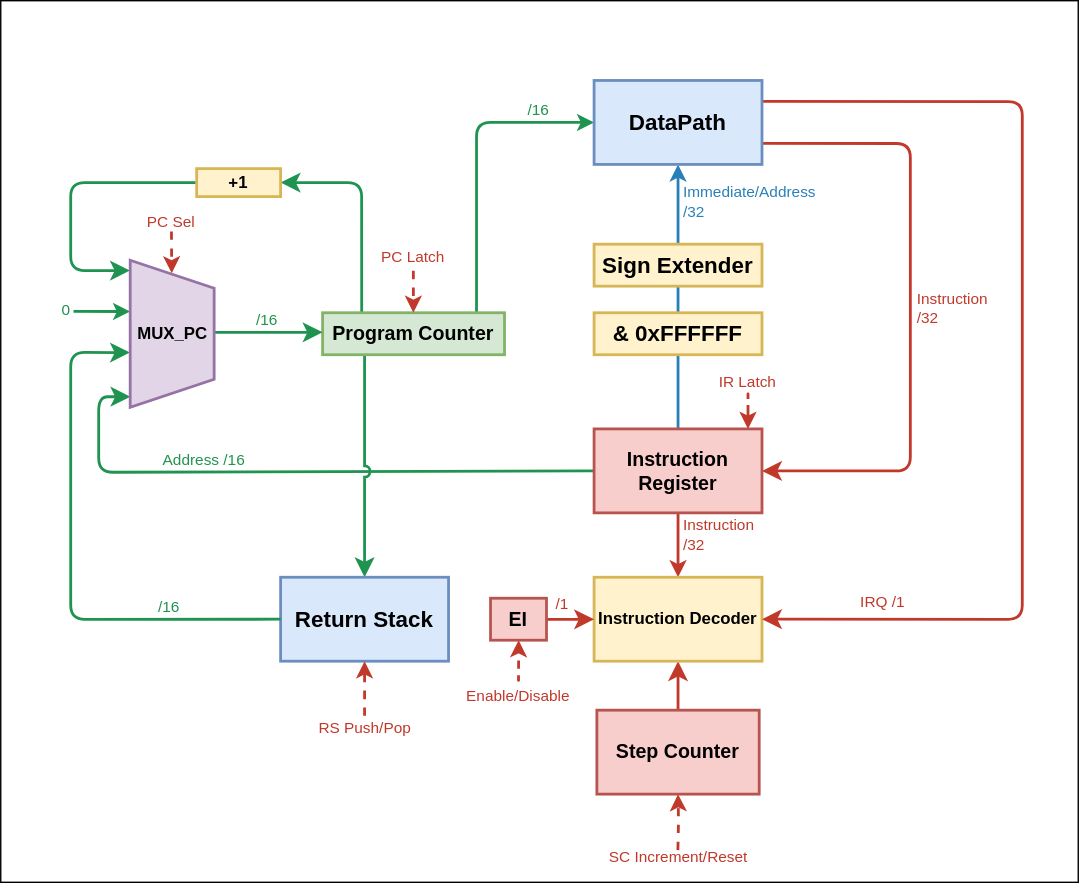
s4dnex/csa-lab4 keeps this draw.io diagram as img/controlunit.svg. Above is the earlier version. Source tidied: cells renumbered, new cells last; positions are measured from the earlier drawing's top-left corner, leaving out a move shared by most shapes.
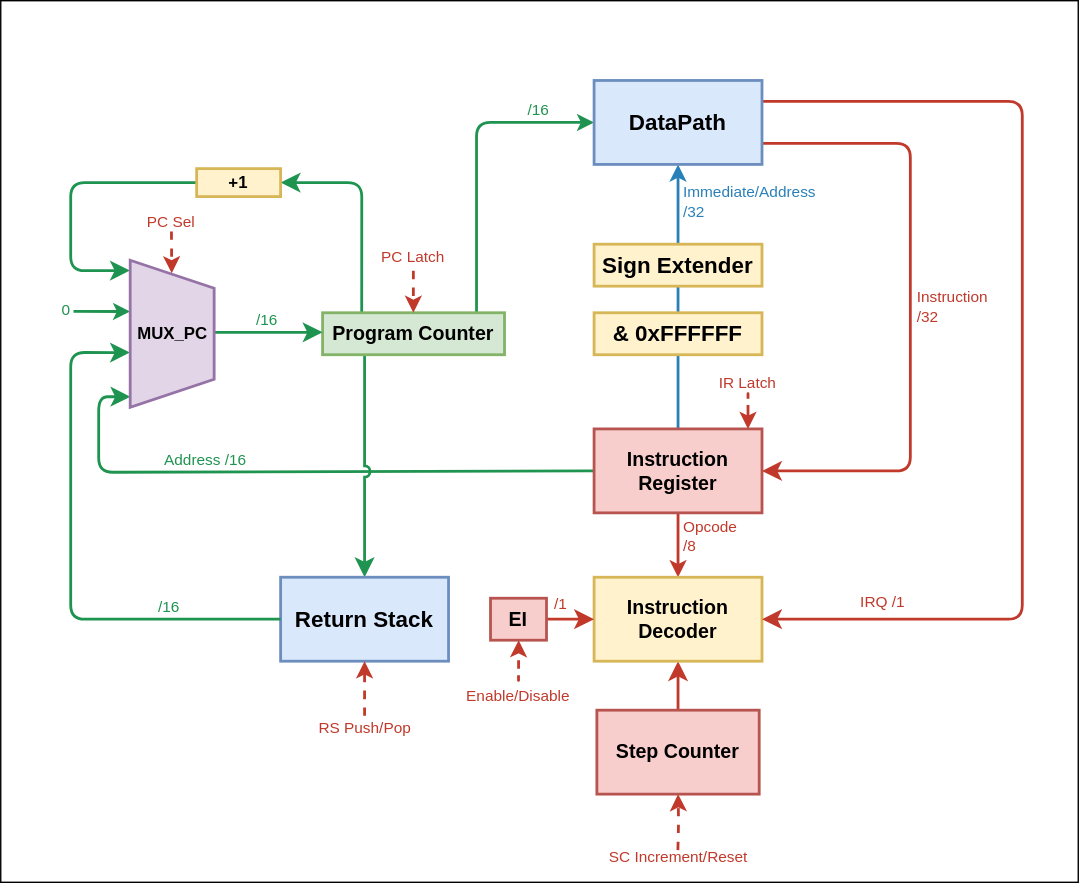
After the change.

The edit, as a diff of the source:
```diff
@@ -13,7 +13,7 @@
         </Array>
       </mxGeometry>
     </mxCell>
-    <mxCell id="4" value="Instruction&lt;br&gt;/32" style="edgeStyle=orthogonalEdgeStyle;rounded=1;jettySize=auto;html=1;entryX=0.5;entryY=0;entryDx=0;entryDy=0;strokeColor=#c0392b;strokeWidth=2;align=left;verticalAlign=middle;spacingLeft=0;spacingTop=0;spacing=4;fontFamily=Helvetica;fontSize=11;fontColor=#C0392B;labelBorderColor=none;labelBackgroundColor=none;jumpStyle=arc;endArrow=classic;labelPosition=right;verticalLabelPosition=middle;" parent="1" edge="1" source="6" target="13">
+    <mxCell id="4" value="Opcode&lt;br&gt;/8" style="edgeStyle=orthogonalEdgeStyle;rounded=1;jettySize=auto;html=1;entryX=0.5;entryY=0;entryDx=0;entryDy=0;strokeColor=#c0392b;strokeWidth=2;align=left;verticalAlign=middle;spacingLeft=0;spacingTop=0;spacing=4;fontFamily=Helvetica;fontSize=11;fontColor=#C0392B;labelBorderColor=none;labelBackgroundColor=none;jumpStyle=arc;endArrow=classic;labelPosition=right;verticalLabelPosition=middle;" parent="1" edge="1" source="6" target="13">
       <mxGeometry x="-0.27" relative="1" as="geometry" />
     </mxCell>
     <mxCell id="5" value="Immediate/Address&lt;br&gt;/32" style="edgeStyle=orthogonalEdgeStyle;rounded=1;jettySize=auto;html=1;entryX=0.5;entryY=1;entryDx=0;entryDy=0;shadow=0;strokeColor=#2980b9;strokeWidth=2;align=left;verticalAlign=middle;spacingRight=0;spacing=4;fontFamily=Helvetica;fontSize=11;fontColor=#2980B9;labelBackgroundColor=none;jumpStyle=line;endArrow=classic;flowAnimation=0;labelPosition=right;verticalLabelPosition=middle;spacingTop=-7;" parent="1" edge="1" source="6" target="24">
@@ -54,7 +54,7 @@
     <mxCell id="12" style="edgeStyle=orthogonalEdgeStyle;rounded=1;jettySize=auto;html=1;entryX=0.5;entryY=0;entryDx=0;entryDy=0;fontSize=11;startSize=8;endSize=8;endArrow=none;endFill=0;startArrow=classic;startFill=1;shadow=0;flowAnimation=0;strokeColor=#c0392b;strokeWidth=2;align=center;verticalAlign=bottom;spacingLeft=0;spacingTop=0;spacing=2;fontFamily=Helvetica;fontColor=#C0392B;labelBorderColor=none;labelBackgroundColor=none;jumpStyle=arc;exitX=0.5;exitY=1;exitDx=0;exitDy=0;" parent="1" edge="1" source="13" target="14">
       <mxGeometry relative="1" as="geometry" />
     </mxCell>
-    <mxCell id="13" value="Instruction Decoder" style="rounded=0;whiteSpace=wrap;html=1;strokeColor=#d6b656;strokeWidth=2;align=center;verticalAlign=middle;fontFamily=Helvetica;fontSize=12;fontColor=#000000;fontStyle=1;fillColor=#fff2cc;" parent="1" vertex="1">
+    <mxCell id="13" value="Instruction &lt;br&gt;Decoder" style="rounded=0;whiteSpace=wrap;html=1;strokeColor=#d6b656;strokeWidth=2;align=center;verticalAlign=middle;fontFamily=Helvetica;fontSize=14;fontColor=#000000;fontStyle=1;fillColor=#fff2cc;" parent="1" vertex="1">
       <mxGeometry x="424" y="412" width="120" height="60" as="geometry" />
     </mxCell>
     <mxCell id="14" value="Step Counter" style="rounded=0;whiteSpace=wrap;html=1;strokeColor=#B85450;strokeWidth=2;align=center;verticalAlign=middle;fontFamily=Helvetica;fontSize=14;fontColor=#000000;fontStyle=1;fillColor=#F8CECC;" parent="1" vertex="1">
```
